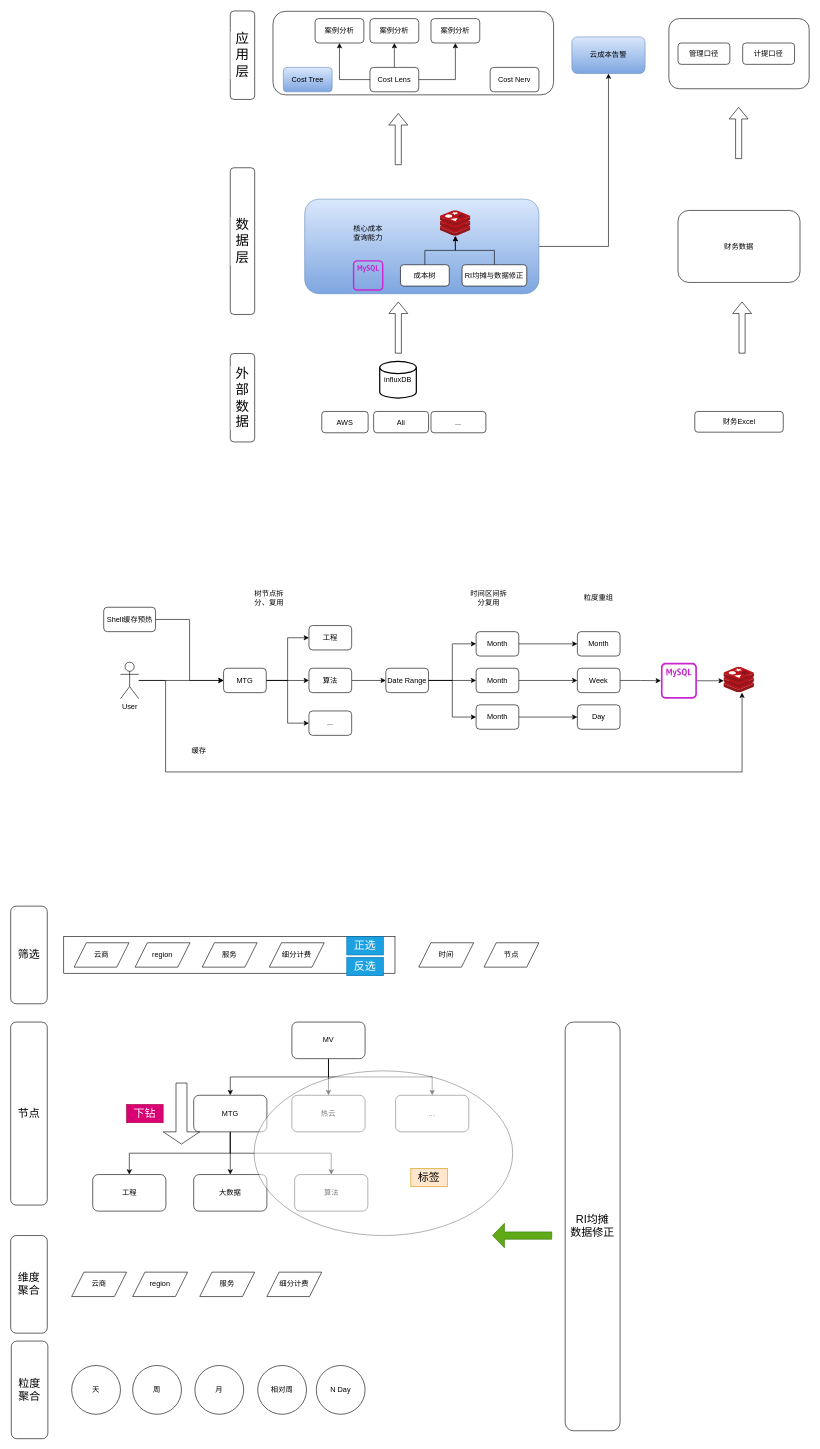
bzk1994/draw.io keeps this draw.io diagram as finops.drawio. Above is the earlier version. Source tidied: cells renumbered, new cells numbered last; positions are measured from the earlier drawing's top-left corner, leaving out a move shared by most shapes. Both pictures are drawn from the tidied source at 61%, with x=0, y=0 at pixel (10, 10).
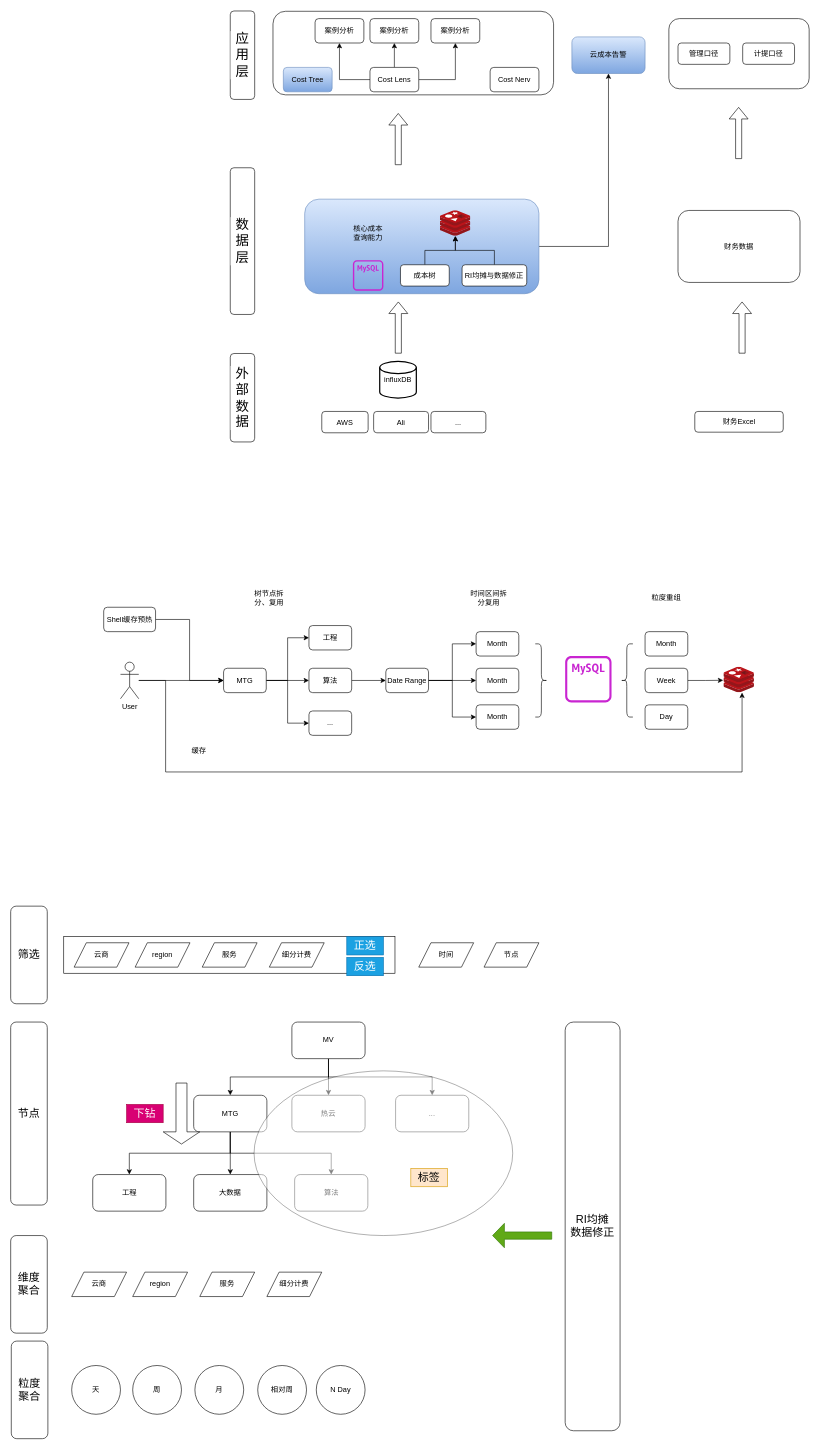
The same diagram, later.

The change refers to these unchanged cells:
```xml
<mxCell id="47" value="Month" style="rounded=1;whiteSpace=wrap;html=1;" parent="1" vertex="1">
  <mxGeometry x="763" y="1078" width="70" height="40" as="geometry" />
</mxCell>
<mxCell id="49" value="Month" style="rounded=1;whiteSpace=wrap;html=1;" parent="1" vertex="1">
  <mxGeometry x="763" y="1138" width="70" height="40" as="geometry" />
</mxCell>
<mxCell id="51" value="Month" style="rounded=1;whiteSpace=wrap;html=1;" parent="1" vertex="1">
  <mxGeometry x="763" y="1018" width="70" height="40" as="geometry" />
</mxCell>
<mxCell id="63" style="image;sketch=0;html=1;points=[];align=center;fontSize=12;image=img/lib/mscae/Cache_Redis_Product.svg;" parent="1" vertex="1">
  <mxGeometry x="1169" y="1076" width="50" height="42" as="geometry" />
</mxCell>
```

Diff of the diagram source:
```diff
@@
-    <mxCell id="46" style="edgeStyle=orthogonalEdgeStyle;rounded=0;jettySize=auto;html=1;entryX=0;entryY=0.5;entryDx=0;entryDy=0;" parent="1" edge="1" source="47" target="56">
-      <mxGeometry relative="1" as="geometry" />
-    </mxCell>
@@
-    <mxCell id="48" style="edgeStyle=orthogonalEdgeStyle;rounded=0;jettySize=auto;html=1;entryX=0;entryY=0.5;entryDx=0;entryDy=0;" parent="1" edge="1" source="49" target="54">
-      <mxGeometry relative="1" as="geometry" />
-    </mxCell>
@@
-    <mxCell id="50" style="edgeStyle=orthogonalEdgeStyle;rounded=0;jettySize=auto;html=1;entryX=0;entryY=0.5;entryDx=0;entryDy=0;" parent="1" edge="1" source="51" target="57">
-      <mxGeometry relative="1" as="geometry" />
-    </mxCell>
@@
     <mxCell id="53" value="粒度重组" style="text;html=1;align=center;verticalAlign=middle;whiteSpace=wrap;rounded=0;" parent="1" vertex="1">
-      <mxGeometry x="929" y="948" width="70" height="30" as="geometry" />
+      <mxGeometry x="1040" y="948" width="70" height="30" as="geometry" />
     </mxCell>
     <mxCell id="54" value="Day" style="rounded=1;whiteSpace=wrap;html=1;" parent="1" vertex="1">
-      <mxGeometry x="929" y="1138" width="70" height="40" as="geometry" />
+      <mxGeometry x="1040" y="1138" width="70" height="40" as="geometry" />
     </mxCell>
-    <mxCell id="55" style="edgeStyle=orthogonalEdgeStyle;rounded=0;jettySize=auto;html=1;" parent="1" edge="1" source="56" target="62">
+    <mxCell id="55" style="edgeStyle=orthogonalEdgeStyle;rounded=0;jettySize=auto;html=1;entryX=-0.019;entryY=0.518;entryDx=0;entryDy=0;entryPerimeter=0;" parent="1" edge="1" source="56" target="63">
       <mxGeometry relative="1" as="geometry" />
     </mxCell>
     <mxCell id="56" value="Week" style="rounded=1;whiteSpace=wrap;html=1;" parent="1" vertex="1">
-      <mxGeometry x="929" y="1078" width="70" height="40" as="geometry" />
+      <mxGeometry x="1040" y="1078" width="70" height="40" as="geometry" />
     </mxCell>
     <mxCell id="57" value="Month" style="rounded=1;whiteSpace=wrap;html=1;" parent="1" vertex="1">
-      <mxGeometry x="929" y="1018" width="70" height="40" as="geometry" />
+      <mxGeometry x="1040" y="1018" width="70" height="40" as="geometry" />
     </mxCell>
@@
     <mxCell id="62" style="sketch=0;outlineConnect=0;fontColor=#232F3E;gradientColor=none;fillColor=#C925D1;strokeColor=none;dashed=0;verticalLabelPosition=bottom;verticalAlign=top;align=center;html=1;fontSize=12;fontStyle=0;shape=mxgraph.aws4.rds_mysql_instance_alt;" parent="1" vertex="1">
-      <mxGeometry x="1066" y="1069" width="59" height="59" as="geometry" />
+      <mxGeometry x="909" y="1058" width="76" height="76" as="geometry" />
     </mxCell>
@@
-    <mxCell id="64" style="edgeStyle=orthogonalEdgeStyle;rounded=0;jettySize=auto;html=1;entryX=0;entryY=0.536;entryDx=0;entryDy=0;entryPerimeter=0;" parent="1" edge="1" source="62" target="63">
-      <mxGeometry relative="1" as="geometry" />
-    </mxCell>
@@
+    <mxCell id="113" style="shape=curlyBracket;whiteSpace=wrap;html=1;rounded=1;labelPosition=left;verticalLabelPosition=middle;align=right;verticalAlign=middle;" parent="1" vertex="1">
+      <mxGeometry x="1000" y="1038" width="20" height="120" as="geometry" />
+    </mxCell>
+    <mxCell id="114" style="shape=curlyBracket;whiteSpace=wrap;html=1;rounded=1;flipH=1;labelPosition=right;verticalLabelPosition=middle;align=left;verticalAlign=middle;" parent="1" vertex="1">
+      <mxGeometry x="860" y="1038" width="20" height="120" as="geometry" />
+    </mxCell>
```
